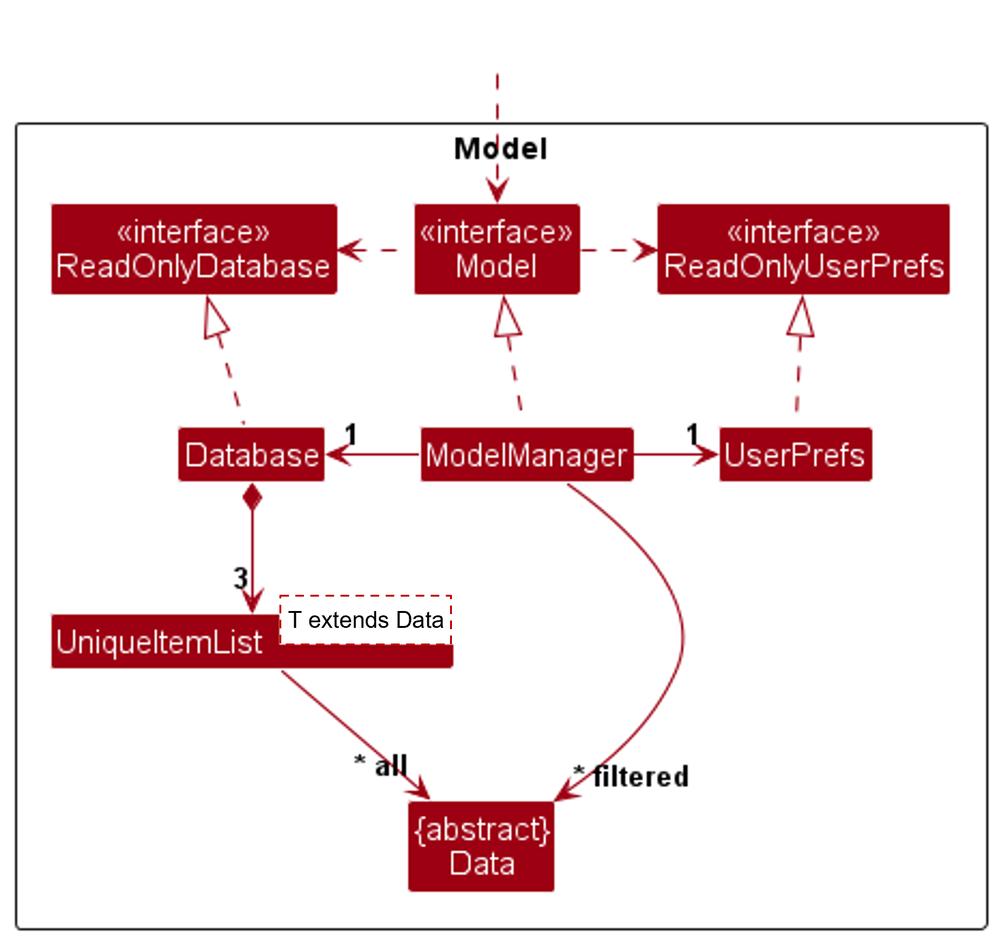
Earlier version of the PlantUML export docs/images/ModelClassDiagram.png (yanghengtang/tp). Its source is kept beside it as docs/diagrams/ModelClassDiagram.puml.
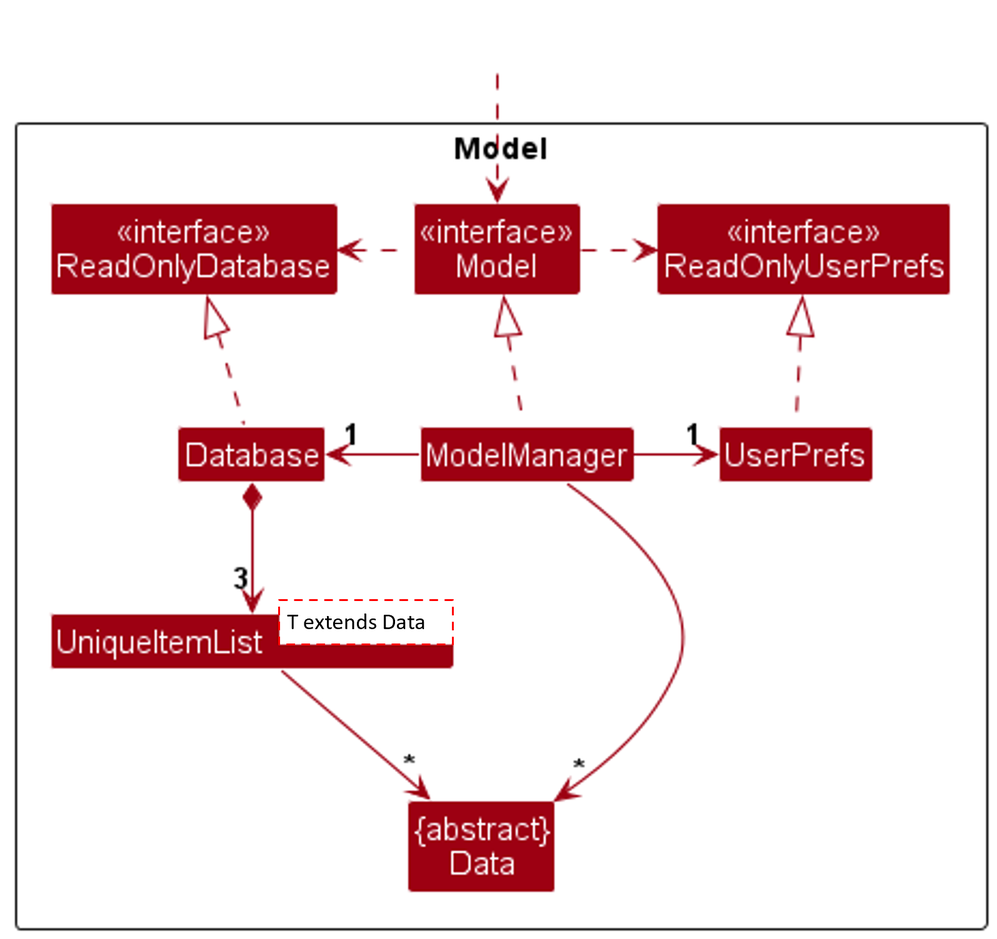
The same file after the commit.

Change to the diagram source:
```diff
@@ -31,9 +31,9 @@
 UserPrefs .up.|> ReadOnlyUserPrefs
 
 Database *--> "3" UniqueItemList
-UniqueItemList --> "~* all" Data
+UniqueItemList --> "~*" Data
 
 UniqueItemList -[hidden]right-> I
 
-ModelManager --> "~* filtered" Data
+ModelManager --> "~*" Data
 @enduml
```
